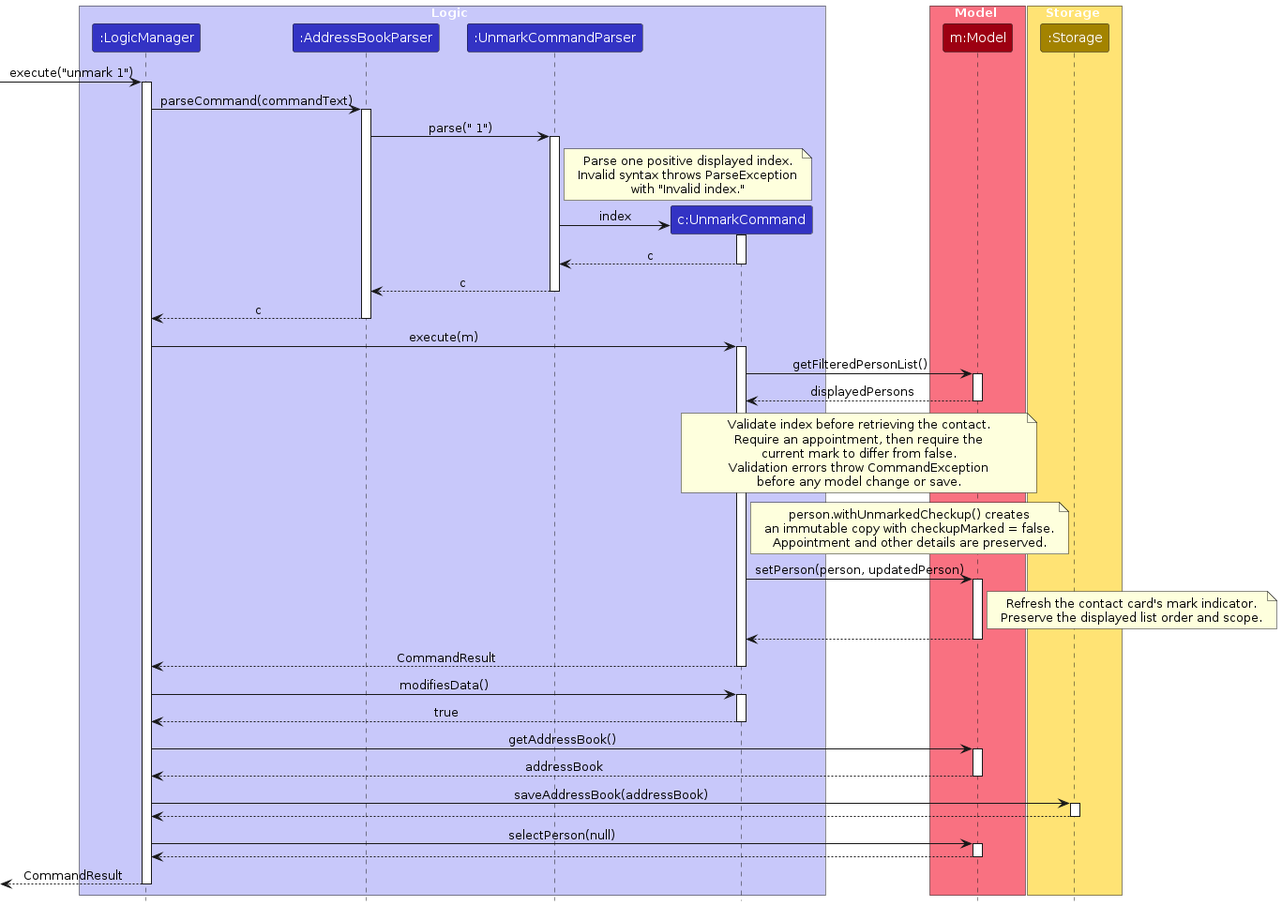
This is diagrams/UnmarkSequenceDiagram.png from AY2627S1-CS2103T-T08-1/tp, a PlantUML export, as it was before one commit. Its source is kept beside it as diagrams/UnmarkSequenceDiagram.puml.
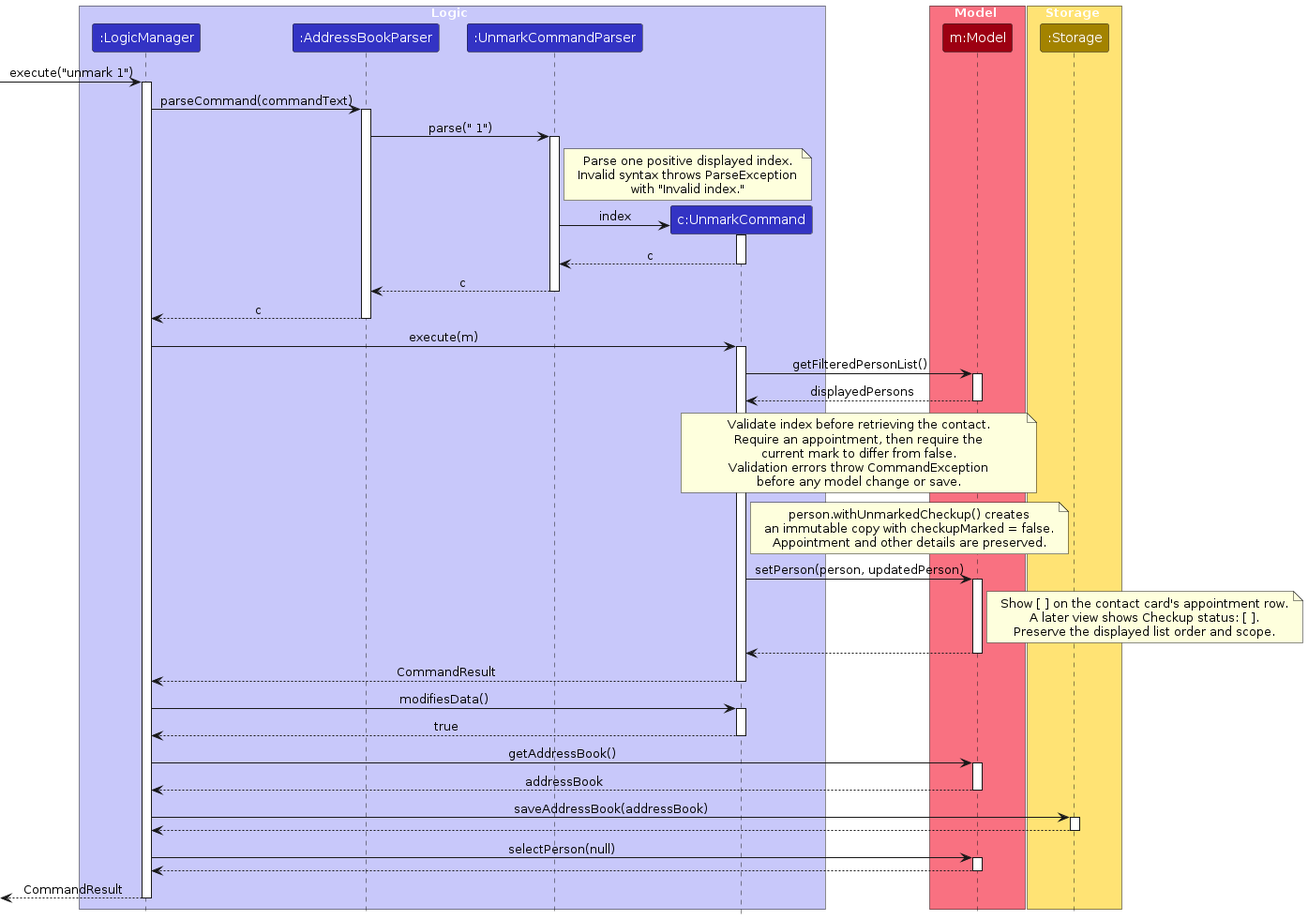
The same file after the commit.

Change to the diagram source:
```diff
@@ -64,7 +64,8 @@
 Command -> Model : setPerson(person, updatedPerson)
 activate Model
 note right of Model
-  Refresh the contact card's mark indicator.
+  Show [ ] on the contact card's appointment row.
+  A later view shows Checkup status: [ ].
   Preserve the displayed list order and scope.
 end note
 Model --> Command
```
